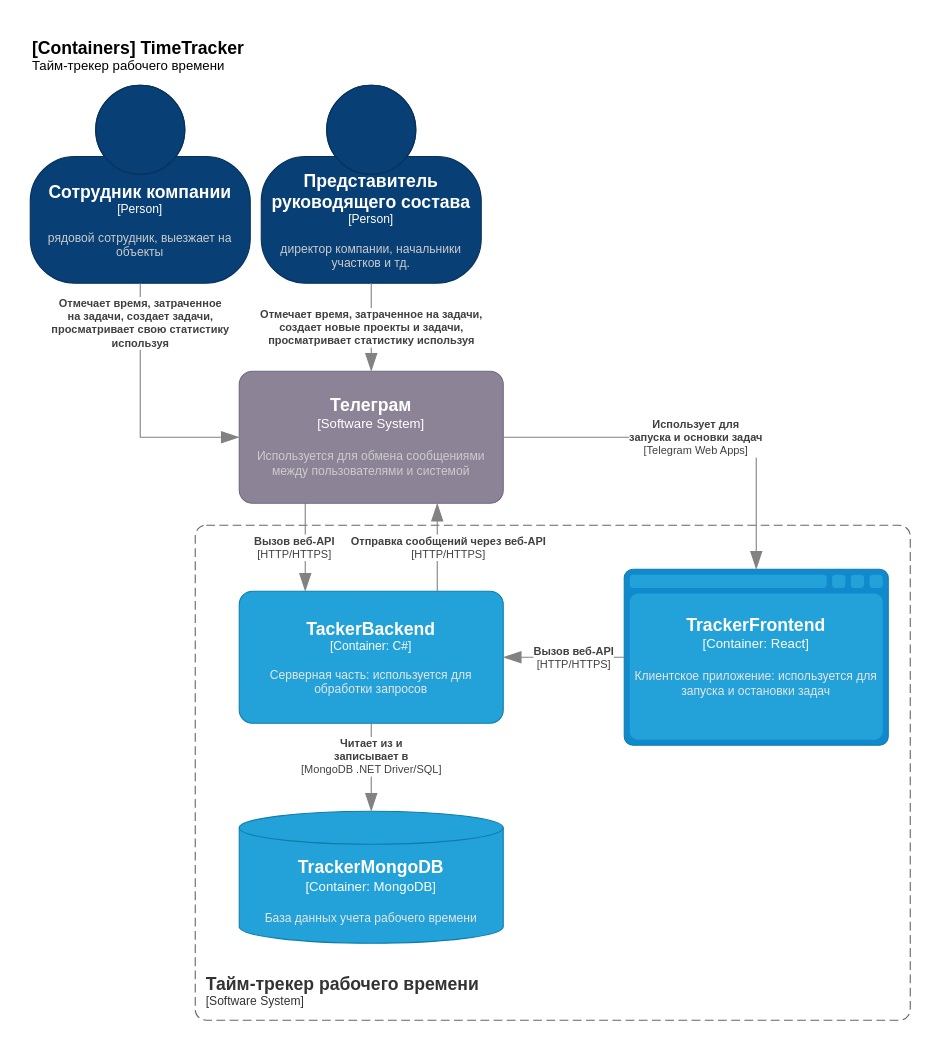
Earlier version of the draw.io diagram page "Container diagram" (2 of 3) of Lab Work №2/src/Лабораторная №2.drawio (EkatherinaS/Software-Architecture). Source tidied: cells renumbered, new cells numbered last; positions are measured from the earlier drawing's top-left corner, leaving out a move shared by most shapes. Both pictures are drawn from the tidied source at 110%, with x=0, y=0 at pixel (19, 19).
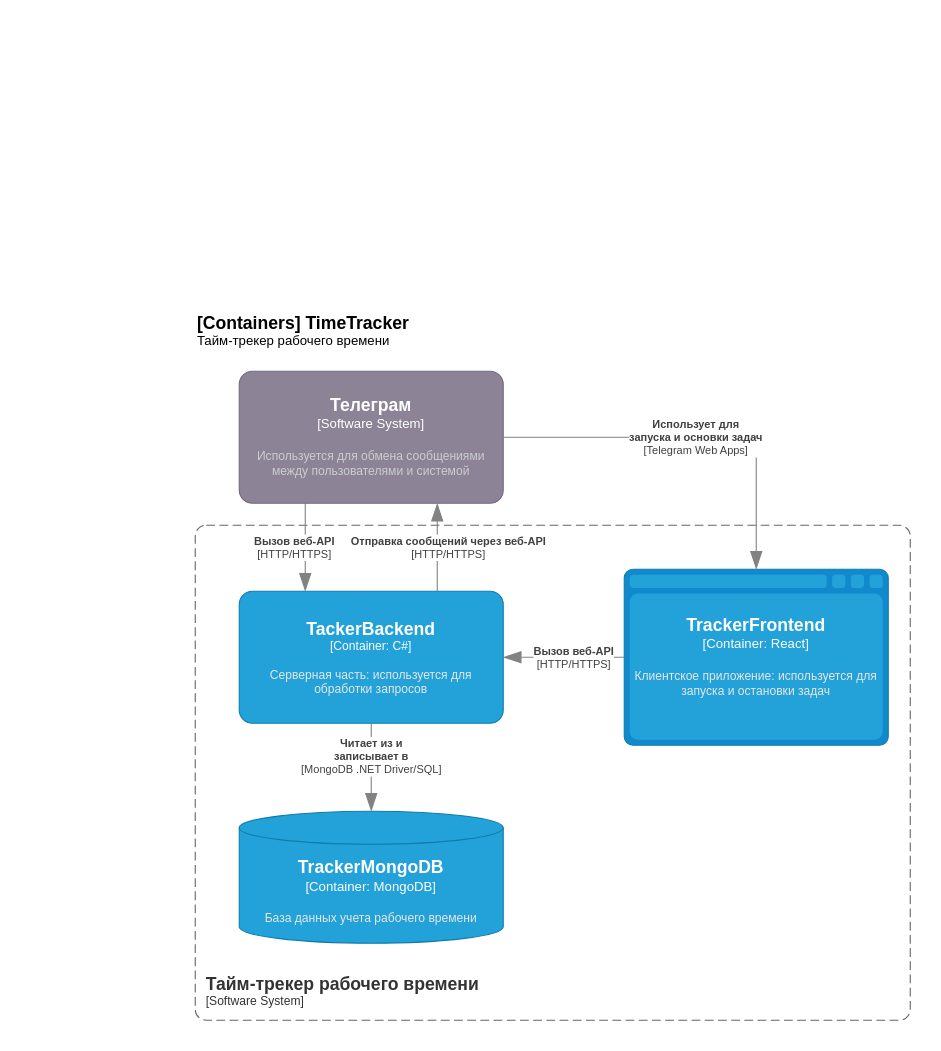
The same page after the edit.

Unchanged cells that the change refers to:
```xml
<object id="12" label="&lt;font style=&quot;font-size: 16px&quot;&gt;&lt;b&gt;%c4Name%&lt;/b&gt;&lt;/font&gt;&lt;div&gt;[%c4Type%]&lt;/div&gt;&lt;br&gt;&lt;div&gt;&lt;font style=&quot;font-size: 11px&quot;&gt;&lt;font color=&quot;#cccccc&quot;&gt;%c4Description%&lt;/font&gt;&lt;/div&gt;" c4Description="Используется для обмена сообщениями между пользователями и системой" c4Name="Телеграм" c4Type="Software System" placeholders="1">
  <mxCell style="rounded=1;whiteSpace=wrap;html=1;labelBackgroundColor=none;fillColor=#8C8496;fontColor=#ffffff;align=center;arcSize=10;strokeColor=#736782;points=[[0.25,0,0],[0.5,0,0],[0.75,0,0],[1,0.25,0],[1,0.5,0],[1,0.75,0],[0.75,1,0],[0.5,1,0],[0.25,1,0],[0,0.75,0],[0,0.5,0],[0,0.25,0]];" parent="1" vertex="1">
    <mxGeometry x="200" y="320" width="240" height="120" as="geometry" />
  </mxCell>
</object>
```

Diff of the diagram source:
```diff
@@
     <mxCell id="2" style="rounded=0;whiteSpace=wrap;html=1;shadow=0;strokeColor=#FFFFFF;" parent="1" vertex="1">
-      <mxGeometry width="820" height="920" as="geometry" />
+      <mxGeometry x="150" y="250" width="670" height="670" as="geometry" />
     </mxCell>
     <object id="3" label="&lt;font style=&quot;font-size: 16px&quot;&gt;&lt;b&gt;&lt;div style=&quot;text-align: left&quot;&gt;%c4Name%&lt;/div&gt;&lt;/b&gt;&lt;/font&gt;&lt;div style=&quot;text-align: left&quot;&gt;%c4Description%&lt;/div&gt;" c4Description="Тайм-трекер рабочего времени" c4Name="[Containers] TimeTracker" placeholders="1">
       <mxCell style="text;html=1;strokeColor=none;fillColor=none;align=left;verticalAlign=top;whiteSpace=wrap;rounded=0;" parent="1" vertex="1">
-        <mxGeometry x="10" y="10" width="260" height="40" as="geometry" />
+        <mxGeometry x="160" y="260" width="260" height="40" as="geometry" />
       </mxCell>
     </object>
@@
-    <object id="10" label="&lt;font style=&quot;font-size: 16px&quot;&gt;&lt;b&gt;%c4Name%&lt;/b&gt;&lt;/font&gt;&lt;div&gt;[%c4Type%]&lt;/div&gt;&lt;br&gt;&lt;div&gt;&lt;font style=&quot;font-size: 11px&quot;&gt;&lt;font color=&quot;#cccccc&quot;&gt;%c4Description%&lt;/font&gt;&lt;/div&gt;" c4Description="рядовой сотрудник, выезжает на объекты" c4Name="Сотрудник компании" c4Type="Person" placeholders="1">
-      <mxCell style="html=1;fontSize=11;dashed=0;whiteSpace=wrap;fillColor=#083F75;strokeColor=#06315C;fontColor=#ffffff;shape=mxgraph.c4.person2;align=center;points=[[0.5,0,0],[1,0.5,0],[1,0.75,0],[0.75,1,0],[0.5,1,0],[0.25,1,0],[0,0.75,0],[0,0.5,0]];" parent="1" vertex="1">
-        <mxGeometry x="10" y="60" width="200" height="180" as="geometry" />
-      </mxCell>
-    </object>
-    <object id="11" label="&lt;font style=&quot;font-size: 16px&quot;&gt;&lt;b&gt;%c4Name%&lt;/b&gt;&lt;/font&gt;&lt;div&gt;[%c4Type%]&lt;/div&gt;&lt;br&gt;&lt;div&gt;&lt;font style=&quot;font-size: 11px&quot;&gt;&lt;font color=&quot;#cccccc&quot;&gt;%c4Description%&lt;/font&gt;&lt;/div&gt;" c4Description="директор компании, начальники участков и тд." c4Name="Представитель руководящего состава" c4Type="Person" placeholders="1">
-      <mxCell style="html=1;fontSize=11;dashed=0;whiteSpace=wrap;fillColor=#083F75;strokeColor=#06315C;fontColor=#ffffff;shape=mxgraph.c4.person2;align=center;points=[[0.5,0,0],[1,0.5,0],[1,0.75,0],[0.75,1,0],[0.5,1,0],[0.25,1,0],[0,0.75,0],[0,0.5,0]];" parent="1" vertex="1">
-        <mxGeometry x="220" y="60" width="200" height="180" as="geometry" />
-      </mxCell>
-    </object>
@@
-    <object id="13" label="&lt;div style=&quot;text-align: left&quot;&gt;&lt;div style=&quot;text-align: center&quot;&gt;&lt;b&gt;%c4Description%&lt;/b&gt;&lt;/div&gt;" c4Description="Отмечает время, затраченное &#10;на задачи, создает задачи, &#10;просматривает свою статистику&#10;используя" placeholders="1">
-      <mxCell style="endArrow=blockThin;html=1;fontSize=10;fontColor=#404040;strokeWidth=1;endFill=1;strokeColor=#828282;elbow=vertical;endSize=14;startSize=14;jumpStyle=arc;jumpSize=16;rounded=0;edgeStyle=orthogonalEdgeStyle;exitX=0.5;exitY=1;exitDx=0;exitDy=0;exitPerimeter=0;entryX=0;entryY=0.5;entryDx=0;entryDy=0;entryPerimeter=0;" parent="1" edge="1" source="10" target="12">
-        <mxGeometry x="-0.69" relative="1" as="geometry" />
-      </mxCell>
-    </object>
-    <object id="14" label="&lt;div style=&quot;text-align: left&quot;&gt;&lt;div style=&quot;text-align: center&quot;&gt;&lt;b&gt;%c4Description%&lt;/b&gt;&lt;/div&gt;" c4Description="Отмечает время, затраченное на задачи,&#10;создает новые проекты и задачи, &#10;просматривает статистику используя" placeholders="1">
-      <mxCell style="endArrow=blockThin;html=1;fontSize=10;fontColor=#404040;strokeWidth=1;endFill=1;strokeColor=#828282;elbow=vertical;endSize=14;startSize=14;jumpStyle=arc;jumpSize=16;rounded=0;edgeStyle=orthogonalEdgeStyle;exitX=0.5;exitY=1;exitDx=0;exitDy=0;exitPerimeter=0;entryX=0.5;entryY=0;entryDx=0;entryDy=0;entryPerimeter=0;" parent="1" edge="1" source="11" target="12">
-        <mxGeometry relative="1" as="geometry" />
-      </mxCell>
-    </object>
```
